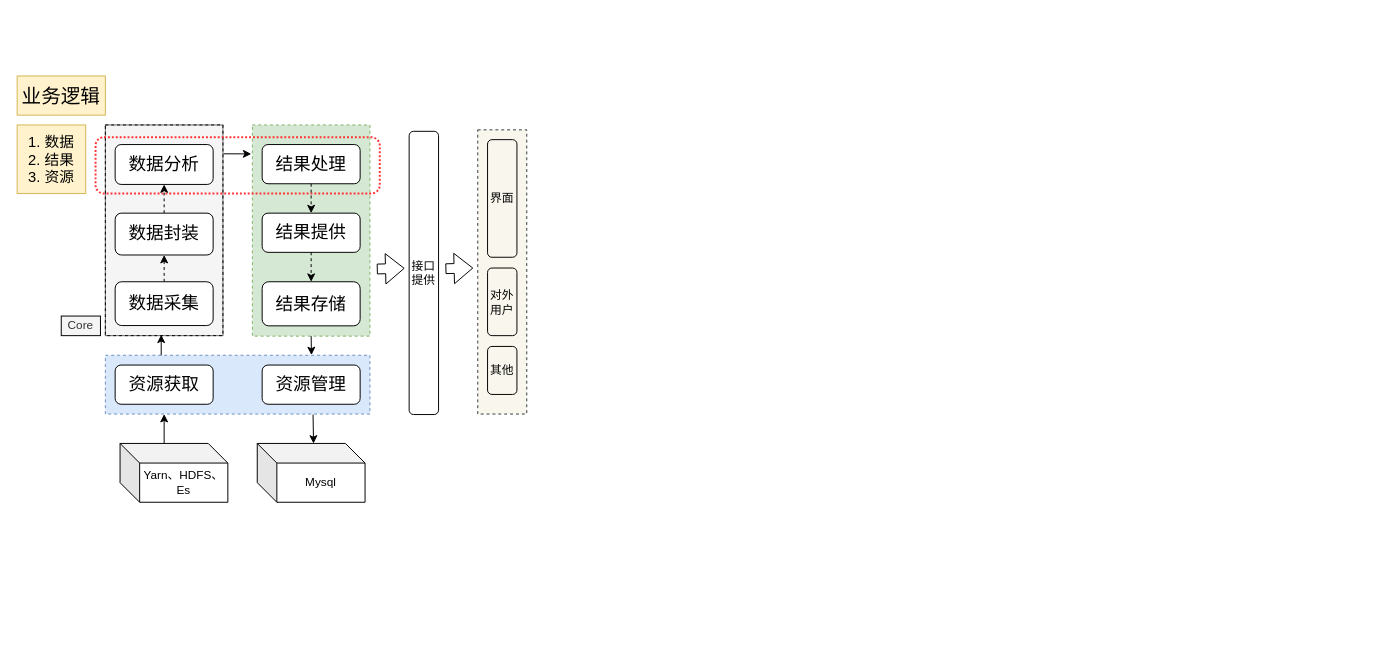
Earlier version of the draw.io diagram warship/Warship逻辑架构图.drawio (imperio-wxm/draw). Source tidied: cells renumbered, new cells numbered last; positions are measured from the earlier drawing's top-left corner, leaving out a move shared by most shapes. Both pictures are drawn from the tidied source at 98%, with x=0, y=0 at pixel (17, 75).
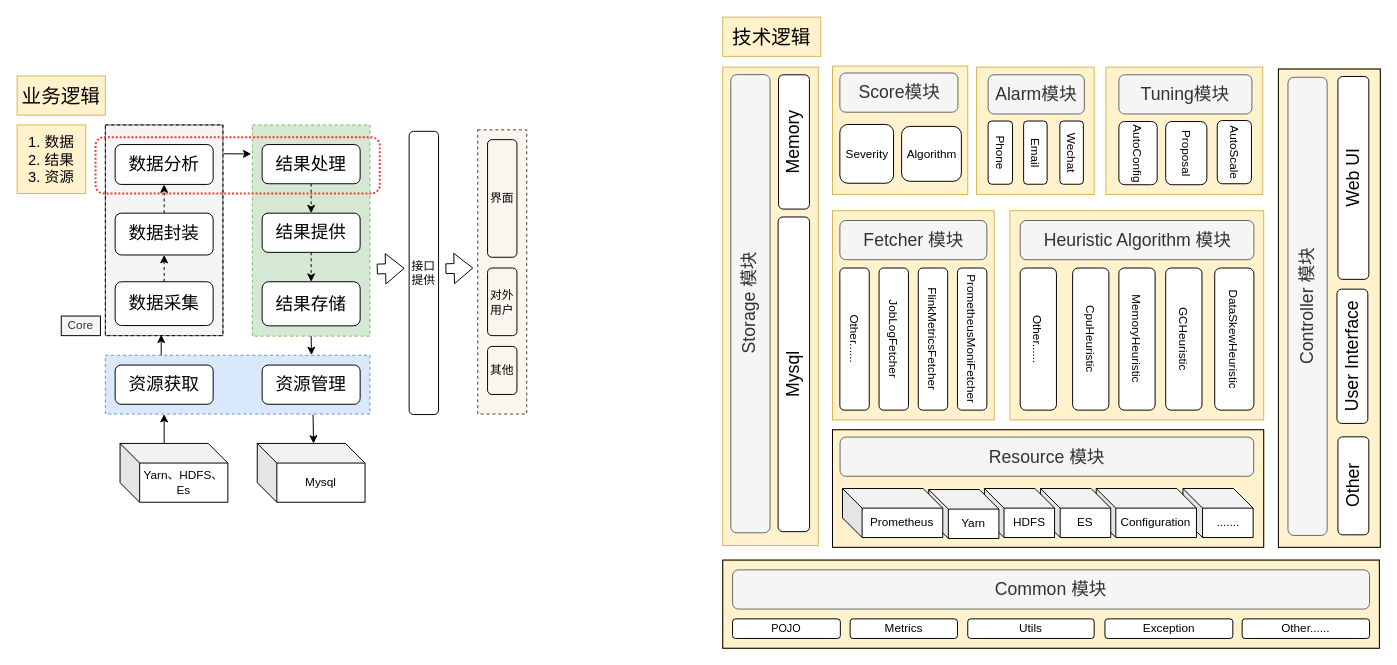
Above is the later version.

Commit message:
Update Warship逻辑架构图.drawio

Diff of the diagram source:
```diff
@@
+    <mxCell id="37" style="group;" parent="1" vertex="1">
+      <mxGeometry x="720" y="-10" width="671" height="594" as="geometry" />
+    </mxCell>
+    <mxCell id="38" style="group;" parent="37" vertex="1">
+      <mxGeometry width="671" height="594" as="geometry" />
+    </mxCell>
+    <mxCell id="39" style="group;fillColor=#fff2cc;strokeColor=#d6b656;" parent="38" vertex="1">
+      <mxGeometry x="112" y="371" width="440" height="120" as="geometry" />
+    </mxCell>
+    <mxCell id="40" style="rounded=0;whiteSpace=wrap;html=1;labelBackgroundColor=none;strokeColor=#000000;strokeWidth=1;fillColor=none;align=center;" parent="38" vertex="1">
+      <mxGeometry x="112" y="371" width="440" height="120" as="geometry" />
+    </mxCell>
+    <mxCell id="41" style="rounded=0;whiteSpace=wrap;html=1;labelBackgroundColor=none;strokeColor=#d6b656;strokeWidth=1;fillColor=#fff2cc;align=center;" parent="38" vertex="1">
+      <mxGeometry x="112" width="138" height="131" as="geometry" />
+    </mxCell>
+    <mxCell id="42" style="rounded=0;whiteSpace=wrap;html=1;labelBackgroundColor=none;strokeColor=#d6b656;strokeWidth=1;fillColor=#fff2cc;align=center;" parent="38" vertex="1">
+      <mxGeometry x="293" y="147.5" width="259" height="213.5" as="geometry" />
+    </mxCell>
+    <mxCell id="43" value="&lt;span style=&quot;font-size: 18px&quot;&gt;Heuristic Algorithm 模块&lt;/span&gt;" style="rounded=1;whiteSpace=wrap;html=1;fillColor=#f5f5f5;strokeColor=#666666;fontColor=#333333;" parent="38" vertex="1">
+      <mxGeometry x="303.5" y="157.5" width="238.5" height="40" as="geometry" />
+    </mxCell>
+    <mxCell id="44" value="DataSkewHeuristic" style="rounded=1;strokeColor=#000000;strokeWidth=1;labelPosition=center;verticalLabelPosition=middle;align=center;verticalAlign=middle;horizontal=0;whiteSpace=wrap;html=1;labelBackgroundColor=none;labelBorderColor=none;fontStyle=0;rotation=-180;" parent="38" vertex="1">
+      <mxGeometry x="502" y="206" width="40" height="145" as="geometry" />
+    </mxCell>
+    <mxCell id="45" value="GCHeuristic" style="rounded=1;strokeColor=#000000;strokeWidth=1;labelPosition=center;verticalLabelPosition=middle;align=center;verticalAlign=middle;horizontal=0;whiteSpace=wrap;html=1;labelBackgroundColor=none;labelBorderColor=none;fontStyle=0;rotation=-180;" parent="38" vertex="1">
+      <mxGeometry x="452" y="206" width="37" height="145" as="geometry" />
+    </mxCell>
+    <mxCell id="46" value="MemoryHeuristic" style="rounded=1;strokeColor=#000000;strokeWidth=1;labelPosition=center;verticalLabelPosition=middle;align=center;verticalAlign=middle;horizontal=0;whiteSpace=wrap;html=1;labelBackgroundColor=none;labelBorderColor=none;fontStyle=0;rotation=-180;" parent="38" vertex="1">
+      <mxGeometry x="404.2" y="206" width="37" height="145" as="geometry" />
+    </mxCell>
+    <mxCell id="47" value="CpuHeuristic" style="rounded=1;strokeColor=#000000;strokeWidth=1;labelPosition=center;verticalLabelPosition=middle;align=center;verticalAlign=middle;horizontal=0;whiteSpace=wrap;html=1;labelBackgroundColor=none;labelBorderColor=none;fontStyle=0;rotation=-180;" parent="38" vertex="1">
+      <mxGeometry x="357" y="206" width="37" height="145" as="geometry" />
+    </mxCell>
+    <mxCell id="48" value="Other......" style="rounded=1;strokeColor=#000000;strokeWidth=1;labelPosition=center;verticalLabelPosition=middle;align=center;verticalAlign=middle;horizontal=0;whiteSpace=wrap;html=1;labelBackgroundColor=none;labelBorderColor=none;fontStyle=0;rotation=-180;" parent="38" vertex="1">
+      <mxGeometry x="303.5" y="206" width="37" height="145" as="geometry" />
+    </mxCell>
+    <mxCell id="49" style="rounded=0;whiteSpace=wrap;html=1;labelBackgroundColor=none;strokeColor=#d6b656;strokeWidth=1;fillColor=#fff2cc;align=center;" parent="38" vertex="1">
+      <mxGeometry x="112" y="147.5" width="165" height="213.5" as="geometry" />
+    </mxCell>
+    <mxCell id="50" value="&lt;font style=&quot;font-size: 18px&quot;&gt;Fetcher 模块&lt;/font&gt;" style="rounded=1;whiteSpace=wrap;html=1;fillColor=#f5f5f5;strokeColor=#666666;fontColor=#333333;" parent="38" vertex="1">
+      <mxGeometry x="119.5" y="157.5" width="150" height="40" as="geometry" />
+    </mxCell>
+    <mxCell id="51" value="PrometheusMoniFetcher" style="rounded=1;strokeColor=#000000;strokeWidth=1;labelPosition=center;verticalLabelPosition=middle;align=center;verticalAlign=middle;horizontal=0;whiteSpace=wrap;html=1;labelBackgroundColor=none;labelBorderColor=none;fontStyle=0;rotation=-180;" parent="38" vertex="1">
+      <mxGeometry x="239.5" y="206" width="30" height="145" as="geometry" />
+    </mxCell>
+    <mxCell id="52" value="FlinkMetricsFetcher" style="rounded=1;strokeColor=#000000;strokeWidth=1;labelPosition=center;verticalLabelPosition=middle;align=center;verticalAlign=middle;horizontal=0;whiteSpace=wrap;html=1;labelBackgroundColor=none;labelBorderColor=none;fontStyle=0;rotation=-180;" parent="38" vertex="1">
+      <mxGeometry x="199.5" y="206" width="30" height="145" as="geometry" />
+    </mxCell>
+    <mxCell id="53" value="JobLogFetcher" style="rounded=1;strokeColor=#000000;strokeWidth=1;labelPosition=center;verticalLabelPosition=middle;align=center;verticalAlign=middle;horizontal=0;whiteSpace=wrap;html=1;labelBackgroundColor=none;labelBorderColor=none;fontStyle=0;rotation=-180;" parent="38" vertex="1">
+      <mxGeometry x="159.5" y="206" width="30" height="145" as="geometry" />
+    </mxCell>
+    <mxCell id="54" value="Other......" style="rounded=1;strokeColor=#000000;strokeWidth=1;labelPosition=center;verticalLabelPosition=middle;align=center;verticalAlign=middle;horizontal=0;whiteSpace=wrap;html=1;labelBackgroundColor=none;labelBorderColor=none;fontStyle=0;rotation=-180;" parent="38" vertex="1">
+      <mxGeometry x="119.5" y="206" width="30" height="145" as="geometry" />
+    </mxCell>
+    <mxCell id="55" value="&lt;font style=&quot;font-size: 18px&quot;&gt;Score模块&lt;/font&gt;" style="rounded=1;whiteSpace=wrap;html=1;fillColor=#f5f5f5;strokeColor=#666666;fontColor=#333333;" parent="38" vertex="1">
+      <mxGeometry x="119.5" y="7" width="120.5" height="40" as="geometry" />
+    </mxCell>
+    <mxCell id="56" value="&lt;font style=&quot;font-size: 12px&quot;&gt;Algorithm&lt;/font&gt;" style="rounded=1;strokeColor=#000000;strokeWidth=1;labelPosition=center;verticalLabelPosition=middle;align=center;verticalAlign=middle;horizontal=0;whiteSpace=wrap;html=1;labelBackgroundColor=none;labelBorderColor=none;fontStyle=0;rotation=90;" parent="38" vertex="1">
+      <mxGeometry x="185" y="59" width="56" height="61" as="geometry" />
+    </mxCell>
+    <mxCell id="57" value="Severity" style="rounded=1;strokeColor=#000000;strokeWidth=1;labelPosition=center;verticalLabelPosition=middle;align=center;verticalAlign=middle;horizontal=0;whiteSpace=wrap;html=1;labelBackgroundColor=none;labelBorderColor=none;fontStyle=0;rotation=90;" parent="38" vertex="1">
+      <mxGeometry x="116.9" y="62.1" width="60" height="54.8" as="geometry" />
+    </mxCell>
+    <mxCell id="58" style="group;" parent="38" vertex="1">
+      <mxGeometry y="1" width="97.5" height="488.1" as="geometry" />
+    </mxCell>
+    <mxCell id="59" style="rounded=0;whiteSpace=wrap;html=1;labelBackgroundColor=none;strokeColor=#d6b656;strokeWidth=1;fillColor=#fff2cc;align=center;" parent="58" vertex="1">
+      <mxGeometry width="97.5" height="488.1" as="geometry" />
+    </mxCell>
+    <mxCell id="60" value="&lt;font style=&quot;font-size: 18px&quot;&gt;Storage 模块&lt;/font&gt;" style="rounded=1;whiteSpace=wrap;html=1;rotation=-90;fillColor=#f5f5f5;strokeColor=#666666;fontColor=#333333;" parent="58" vertex="1">
+      <mxGeometry x="-205.5" y="221.4" width="467.5" height="40" as="geometry" />
+    </mxCell>
+    <mxCell id="61" value="&lt;font style=&quot;font-size: 18px&quot;&gt;Memory&lt;/font&gt;" style="rounded=1;whiteSpace=wrap;html=1;rotation=-90;" parent="58" vertex="1">
+      <mxGeometry x="4.2" y="60.6" width="137" height="31.5" as="geometry" />
+    </mxCell>
+    <mxCell id="62" value="&lt;font style=&quot;font-size: 18px&quot;&gt;Mysql&lt;/font&gt;" style="rounded=1;whiteSpace=wrap;html=1;rotation=-90;" parent="58" vertex="1">
+      <mxGeometry x="-88" y="297.4" width="321.1" height="32.1" as="geometry" />
+    </mxCell>
+    <mxCell id="63" style="group;fillColor=#fff2cc;strokeColor=#d6b656;" parent="38" vertex="1">
+      <mxGeometry x="567" y="2.9" width="104" height="488.1" as="geometry" />
+    </mxCell>
+    <mxCell id="64" style="group;" parent="63" vertex="1">
+      <mxGeometry width="104" height="488.1" as="geometry" />
+    </mxCell>
+    <mxCell id="65" style="rounded=0;whiteSpace=wrap;html=1;labelBackgroundColor=none;strokeColor=#000000;strokeWidth=1;fillColor=none;align=center;" parent="64" vertex="1">
+      <mxGeometry width="104" height="488.1" as="geometry" />
+    </mxCell>
+    <mxCell id="66" value="&lt;font style=&quot;font-size: 18px&quot;&gt;Controller 模块&lt;/font&gt;" style="rounded=1;whiteSpace=wrap;html=1;rotation=-90;fillColor=#f5f5f5;strokeColor=#666666;fontColor=#333333;" parent="64" vertex="1">
+      <mxGeometry x="-204" y="222.2" width="467.5" height="40" as="geometry" />
+    </mxCell>
+    <mxCell id="67" value="&lt;font style=&quot;font-size: 18px&quot;&gt;Web UI&lt;/font&gt;" style="rounded=1;whiteSpace=wrap;html=1;rotation=-90;" parent="64" vertex="1">
+      <mxGeometry x="-27" y="95.4" width="207" height="31.5" as="geometry" />
+    </mxCell>
+    <mxCell id="68" value="&lt;font style=&quot;font-size: 18px&quot;&gt;User Interface&lt;/font&gt;" style="rounded=1;whiteSpace=wrap;html=1;rotation=-90;" parent="64" vertex="1">
+      <mxGeometry x="7" y="277.4" width="137" height="31.5" as="geometry" />
+    </mxCell>
+    <mxCell id="69" value="&lt;font style=&quot;font-size: 18px&quot;&gt;Other&lt;/font&gt;" style="rounded=1;whiteSpace=wrap;html=1;rotation=-90;" parent="64" vertex="1">
+      <mxGeometry x="26.5" y="409.6" width="100" height="31.5" as="geometry" />
+    </mxCell>
+    <mxCell id="70" style="group;fillColor=#fff2cc;strokeColor=#d6b656;" parent="38" vertex="1">
+      <mxGeometry y="504" width="670" height="90" as="geometry" />
+    </mxCell>
+    <mxCell id="71" style="rounded=0;whiteSpace=wrap;html=1;labelBackgroundColor=none;strokeColor=#000000;strokeWidth=1;fillColor=none;align=center;" parent="70" vertex="1">
+      <mxGeometry width="670" height="90" as="geometry" />
+    </mxCell>
+    <mxCell id="72" value="&lt;span style=&quot;font-size: 18px&quot;&gt;Common 模块&lt;/span&gt;" style="rounded=1;whiteSpace=wrap;html=1;fillColor=#f5f5f5;strokeColor=#666666;fontColor=#333333;" parent="70" vertex="1">
+      <mxGeometry x="10" y="10" width="650" height="40" as="geometry" />
+    </mxCell>
+    <mxCell id="73" value="&lt;font style=&quot;font-size: 11px&quot;&gt;POJO&lt;/font&gt;" style="rounded=1;whiteSpace=wrap;html=1;rotation=0;" parent="70" vertex="1">
+      <mxGeometry x="10" y="60" width="110" height="20" as="geometry" />
+    </mxCell>
+    <mxCell id="74" value="&lt;font style=&quot;font-size: 12px&quot;&gt;Metrics&lt;/font&gt;" style="rounded=1;whiteSpace=wrap;html=1;rotation=0;" parent="70" vertex="1">
+      <mxGeometry x="130" y="60" width="109.5" height="20" as="geometry" />
+    </mxCell>
+    <mxCell id="75" value="&lt;font style=&quot;font-size: 12px&quot;&gt;Utils&lt;/font&gt;" style="rounded=1;whiteSpace=wrap;html=1;rotation=0;" parent="70" vertex="1">
+      <mxGeometry x="250" y="60" width="129" height="20" as="geometry" />
+    </mxCell>
+    <mxCell id="76" value="&lt;font style=&quot;font-size: 12px&quot;&gt;Exception&lt;/font&gt;" style="rounded=1;whiteSpace=wrap;html=1;rotation=0;" parent="70" vertex="1">
+      <mxGeometry x="390" y="60" width="130.5" height="20" as="geometry" />
+    </mxCell>
+    <mxCell id="77" value="&lt;font style=&quot;font-size: 12px&quot;&gt;Other......&lt;/font&gt;" style="rounded=1;whiteSpace=wrap;html=1;rotation=0;" parent="70" vertex="1">
+      <mxGeometry x="530" y="60" width="130" height="20" as="geometry" />
+    </mxCell>
+    <mxCell id="78" style="rounded=0;whiteSpace=wrap;html=1;labelBackgroundColor=none;strokeColor=#d6b656;strokeWidth=1;fillColor=#fff2cc;align=center;" parent="38" vertex="1">
+      <mxGeometry x="259" y="1" width="120" height="130" as="geometry" />
+    </mxCell>
+    <mxCell id="79" value="&lt;font style=&quot;font-size: 18px&quot;&gt;Alarm模块&lt;/font&gt;" style="rounded=1;whiteSpace=wrap;html=1;fillColor=#f5f5f5;strokeColor=#666666;fontColor=#333333;" parent="38" vertex="1">
+      <mxGeometry x="270.8" y="8.8" width="98.2" height="40" as="geometry" />
+    </mxCell>
+    <mxCell id="80" value="Wechat" style="rounded=1;strokeColor=#000000;strokeWidth=1;labelPosition=center;verticalLabelPosition=middle;align=center;verticalAlign=middle;horizontal=0;whiteSpace=wrap;html=1;labelBackgroundColor=none;labelBorderColor=none;fontStyle=0;rotation=-180;" parent="38" vertex="1">
+      <mxGeometry x="344" y="56" width="24" height="64.5" as="geometry" />
+    </mxCell>
+    <mxCell id="81" value="Email" style="rounded=1;strokeColor=#000000;strokeWidth=1;labelPosition=center;verticalLabelPosition=middle;align=center;verticalAlign=middle;horizontal=0;whiteSpace=wrap;html=1;labelBackgroundColor=none;labelBorderColor=none;fontStyle=0;rotation=-180;" parent="38" vertex="1">
+      <mxGeometry x="307" y="56" width="24" height="64.5" as="geometry" />
+    </mxCell>
+    <mxCell id="82" value="Phone" style="rounded=1;strokeColor=#000000;strokeWidth=1;labelPosition=center;verticalLabelPosition=middle;align=center;verticalAlign=middle;horizontal=0;whiteSpace=wrap;html=1;labelBackgroundColor=none;labelBorderColor=none;fontStyle=0;rotation=-180;" parent="38" vertex="1">
+      <mxGeometry x="270.8" y="56" width="24.9" height="64.5" as="geometry" />
+    </mxCell>
+    <mxCell id="83" style="rounded=0;whiteSpace=wrap;html=1;labelBackgroundColor=none;strokeColor=#d6b656;strokeWidth=1;fillColor=#fff2cc;align=center;" parent="38" vertex="1">
+      <mxGeometry x="391" y="1" width="160" height="130" as="geometry" />
+    </mxCell>
+    <mxCell id="84" value="&lt;font style=&quot;font-size: 18px&quot;&gt;Tuning模块&lt;/font&gt;" style="rounded=1;whiteSpace=wrap;html=1;fillColor=#f5f5f5;strokeColor=#666666;fontColor=#333333;" parent="38" vertex="1">
+      <mxGeometry x="404.2" y="8.8" width="135.8" height="40" as="geometry" />
+    </mxCell>
+    <mxCell id="85" value="AutoConfig" style="rounded=1;strokeColor=#000000;strokeWidth=1;labelPosition=center;verticalLabelPosition=middle;align=center;verticalAlign=middle;horizontal=0;whiteSpace=wrap;html=1;labelBackgroundColor=none;labelBorderColor=none;fontStyle=0;rotation=-180;" parent="38" vertex="1">
+      <mxGeometry x="404.2" y="56.5" width="39.1" height="64.5" as="geometry" />
+    </mxCell>
+    <mxCell id="86" value="Proposal" style="rounded=1;strokeColor=#000000;strokeWidth=1;labelPosition=center;verticalLabelPosition=middle;align=center;verticalAlign=middle;horizontal=0;whiteSpace=wrap;html=1;labelBackgroundColor=none;labelBorderColor=none;fontStyle=0;rotation=-180;" parent="38" vertex="1">
+      <mxGeometry x="452" y="56.5" width="42" height="64.5" as="geometry" />
+    </mxCell>
+    <mxCell id="87" value="AutoScale" style="rounded=1;strokeColor=#000000;strokeWidth=1;labelPosition=center;verticalLabelPosition=middle;align=center;verticalAlign=middle;horizontal=0;whiteSpace=wrap;html=1;labelBackgroundColor=none;labelBorderColor=none;fontStyle=0;rotation=-180;" parent="38" vertex="1">
+      <mxGeometry x="504.6" y="55.5" width="34.9" height="64.5" as="geometry" />
+    </mxCell>
+    <mxCell id="88" value="......." style="shape=cube;whiteSpace=wrap;html=1;boundedLbl=1;backgroundOutline=1;darkOpacity=0.05;darkOpacity2=0.1;" parent="38" vertex="1">
+      <mxGeometry x="469.6" y="431" width="71.6" height="50" as="geometry" />
+    </mxCell>
+    <mxCell id="89" value="Configuration" style="shape=cube;whiteSpace=wrap;html=1;boundedLbl=1;backgroundOutline=1;darkOpacity=0.05;darkOpacity2=0.1;" parent="38" vertex="1">
+      <mxGeometry x="381.1" y="431" width="102.3" height="50" as="geometry" />
+    </mxCell>
+    <mxCell id="90" value="&lt;span style=&quot;font-size: 18px&quot;&gt;Resource 模块&lt;/span&gt;" style="rounded=1;whiteSpace=wrap;html=1;fillColor=#f5f5f5;strokeColor=#666666;fontColor=#333333;" parent="38" vertex="1">
+      <mxGeometry x="119.7" y="378.5" width="422.1" height="40" as="geometry" />
+    </mxCell>
+    <mxCell id="91" value="ES" style="shape=cube;whiteSpace=wrap;html=1;boundedLbl=1;backgroundOutline=1;darkOpacity=0.05;darkOpacity2=0.1;" parent="38" vertex="1">
+      <mxGeometry x="324.3" y="431" width="71.6" height="50" as="geometry" />
+    </mxCell>
+    <mxCell id="92" value="HDFS" style="shape=cube;whiteSpace=wrap;html=1;boundedLbl=1;backgroundOutline=1;darkOpacity=0.05;darkOpacity2=0.1;" parent="38" vertex="1">
+      <mxGeometry x="267" y="431" width="71.6" height="50" as="geometry" />
+    </mxCell>
+    <mxCell id="93" value="Yarn" style="shape=cube;whiteSpace=wrap;html=1;boundedLbl=1;backgroundOutline=1;darkOpacity=0.05;darkOpacity2=0.1;" parent="38" vertex="1">
+      <mxGeometry x="210.2" y="432" width="71.6" height="50" as="geometry" />
+    </mxCell>
+    <mxCell id="94" value="Prometheus" style="shape=cube;whiteSpace=wrap;html=1;boundedLbl=1;backgroundOutline=1;darkOpacity=0.05;darkOpacity2=0.1;" parent="38" vertex="1">
+      <mxGeometry x="122.2" y="431" width="102.3" height="50" as="geometry" />
+    </mxCell>
+    <mxCell id="95" value="&lt;font style=&quot;font-size: 20px&quot;&gt;技术逻辑&lt;/font&gt;" style="text;html=1;strokeColor=#d6b656;fillColor=#fff2cc;align=center;verticalAlign=middle;whiteSpace=wrap;rounded=0;" parent="1" vertex="1">
+      <mxGeometry x="720" y="-60" width="100" height="40" as="geometry" />
+    </mxCell>
```
